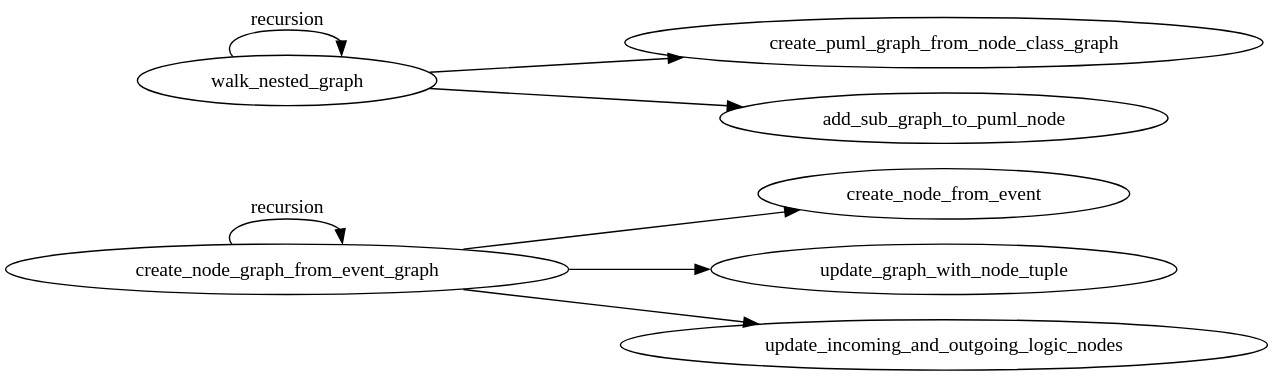
Above: docs/development/design/2-DN-Nested_walking_puml_graphs/call_graph.svg in xtuml/otel2puml (PlantUML), before the change. Its source is kept beside it as docs/development/design/2-DN-Nested_walking_puml_graphs/call_graph.puml. Its diagram source:
```plantuml
@startuml
digraph G {
  rankdir=LR;
  node [style=rounded];
  create_node_graph_from_event_graph [label="create_node_graph_from_event_graph"];
    create_node_from_event [label="create_node_from_event"];
      create_node_graph_from_event_graph -> create_node_from_event;
    update_graph_with_node_tuple [label="update_graph_with_node_tuple"];
      create_node_graph_from_event_graph -> update_graph_with_node_tuple;
    update_incoming_and_outgoing_logic_nodes [label="update_incoming_and_outgoing_logic_nodes"];
        create_node_graph_from_event_graph -> update_incoming_and_outgoing_logic_nodes;
    create_node_graph_from_event_graph -> create_node_graph_from_event_graph [label="recursion"];
  walk_nested_graph [label="walk_nested_graph"];
    create_puml_graph_from_node_class_graph [label="create_puml_graph_from_node_class_graph"];
        walk_nested_graph -> create_puml_graph_from_node_class_graph;
    add_sub_graph_to_puml_node [label="add_sub_graph_to_puml_node"];
        walk_nested_graph -> add_sub_graph_to_puml_node;
    walk_nested_graph -> walk_nested_graph [label="recursion"];
}
@enduml
```
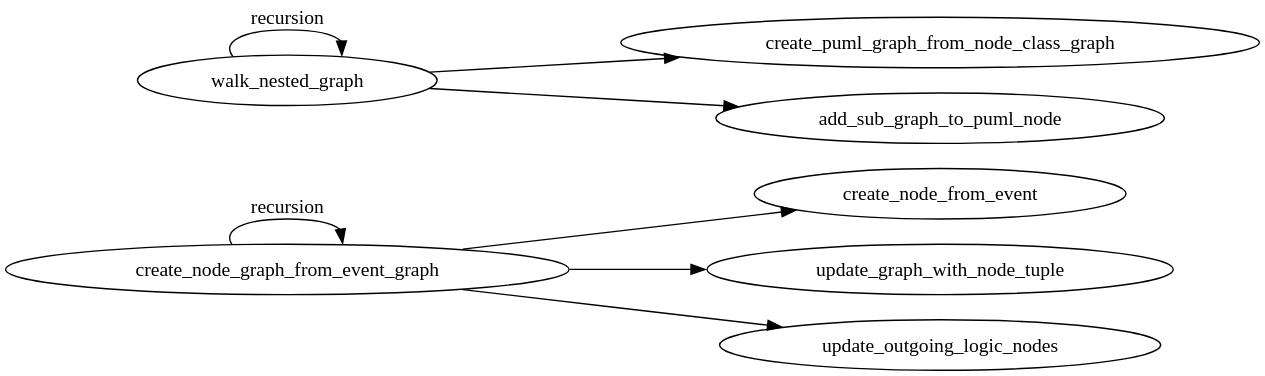
After the commit.

Commit message:
CDSTP-91 Add update_outgoing_logic_nodes function and test (#82)

Diff of the diagram source:
```diff
@@ -7,8 +7,8 @@
       create_node_graph_from_event_graph -> create_node_from_event;
     update_graph_with_node_tuple [label="update_graph_with_node_tuple"];
       create_node_graph_from_event_graph -> update_graph_with_node_tuple;
-    update_incoming_and_outgoing_logic_nodes [label="update_incoming_and_outgoing_logic_nodes"];
-        create_node_graph_from_event_graph -> update_incoming_and_outgoing_logic_nodes;
+    update_outgoing_logic_nodes [label="update_outgoing_logic_nodes"];
+        create_node_graph_from_event_graph -> update_outgoing_logic_nodes;
     create_node_graph_from_event_graph -> create_node_graph_from_event_graph [label="recursion"];
   walk_nested_graph [label="walk_nested_graph"];
     create_puml_graph_from_node_class_graph [label="create_puml_graph_from_node_class_graph"];
```
